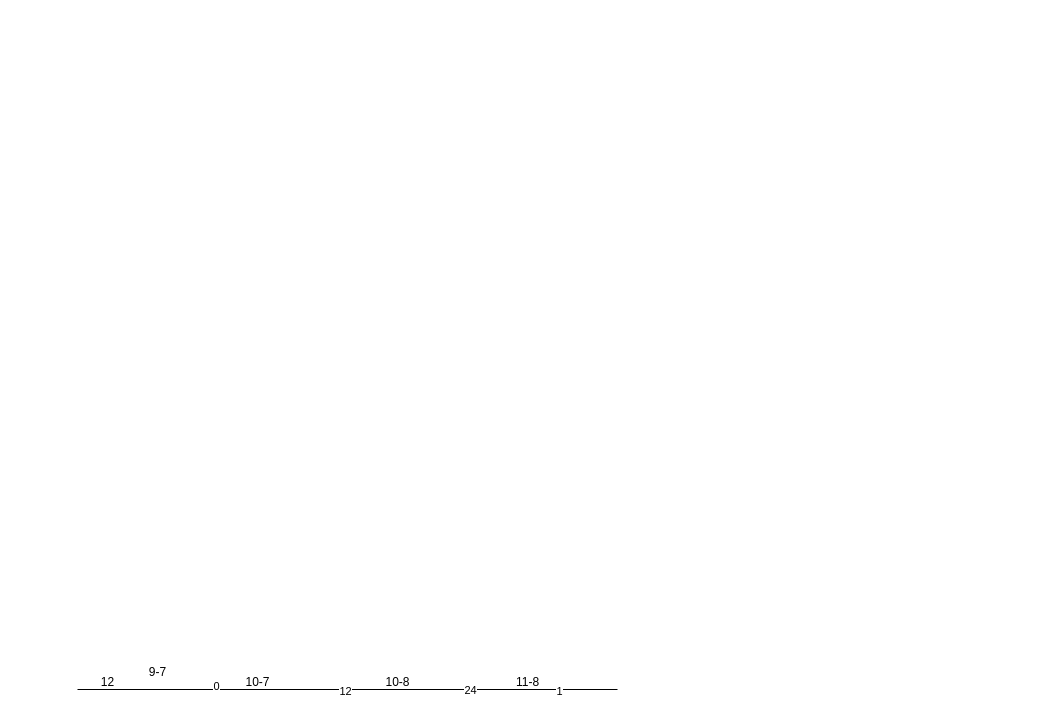
Before: think.drawio in onlyonedaniel/wiki, a draw.io diagram. Source tidied: cells renumbered, new cells numbered last; positions are measured from the earlier drawing's top-left corner, leaving out a move shared by most shapes. Both pictures are drawn from the tidied source at 100%, with x=0, y=0 at pixel (77, 657).
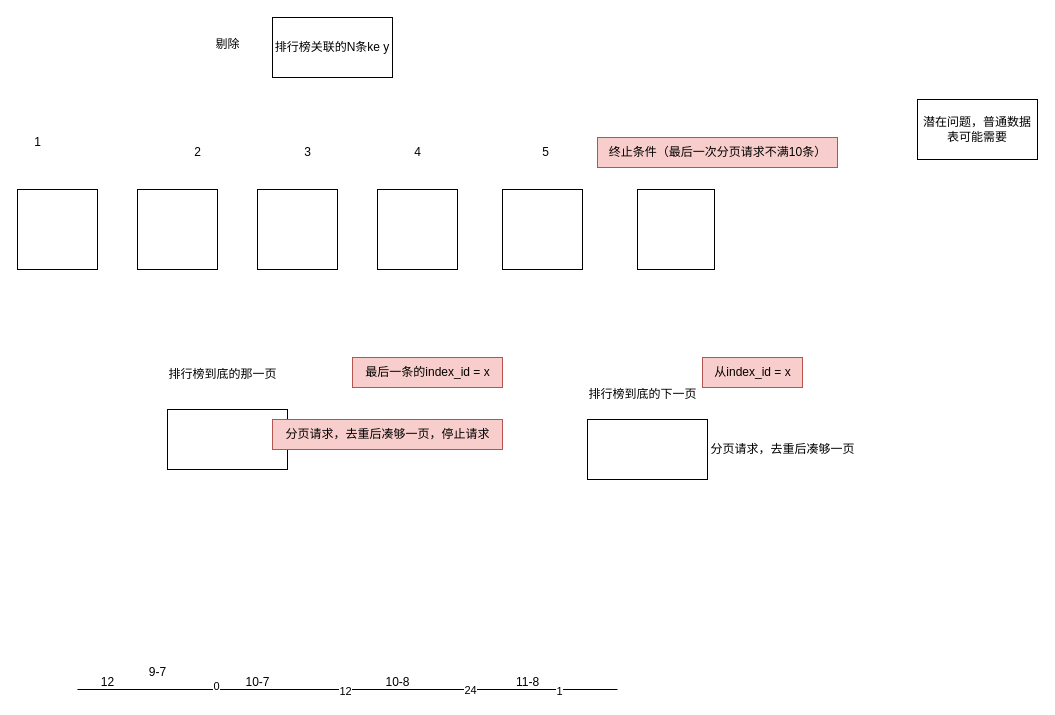
Above is the later version.

What changed in the source:
```diff
@@
+    <mxCell id="12" style="whiteSpace=wrap;html=1;" parent="1" vertex="1">
+      <mxGeometry x="-60" y="-468" width="80" height="80" as="geometry" />
+    </mxCell>
+    <mxCell id="13" style="whiteSpace=wrap;html=1;" parent="1" vertex="1">
+      <mxGeometry x="60" y="-468" width="80" height="80" as="geometry" />
+    </mxCell>
+    <mxCell id="14" style="whiteSpace=wrap;html=1;" parent="1" vertex="1">
+      <mxGeometry x="180" y="-468" width="80" height="80" as="geometry" />
+    </mxCell>
+    <mxCell id="15" style="whiteSpace=wrap;html=1;" parent="1" vertex="1">
+      <mxGeometry x="300" y="-468" width="80" height="80" as="geometry" />
+    </mxCell>
+    <mxCell id="16" style="whiteSpace=wrap;html=1;" parent="1" vertex="1">
+      <mxGeometry x="425" y="-468" width="80" height="80" as="geometry" />
+    </mxCell>
+    <mxCell id="17" value="1" style="text;html=1;align=center;verticalAlign=middle;strokeColor=none;fillColor=none;" parent="1" vertex="1">
+      <mxGeometry x="-55" y="-530" width="30" height="30" as="geometry" />
+    </mxCell>
+    <mxCell id="18" value="2" style="text;html=1;align=center;verticalAlign=middle;strokeColor=none;fillColor=none;" parent="1" vertex="1">
+      <mxGeometry x="105" y="-520" width="30" height="30" as="geometry" />
+    </mxCell>
+    <mxCell id="19" value="3" style="text;html=1;align=center;verticalAlign=middle;strokeColor=none;fillColor=none;" parent="1" vertex="1">
+      <mxGeometry x="215" y="-520" width="30" height="30" as="geometry" />
+    </mxCell>
+    <mxCell id="20" value="4" style="text;html=1;align=center;verticalAlign=middle;strokeColor=none;fillColor=none;" parent="1" vertex="1">
+      <mxGeometry x="325" y="-520" width="30" height="30" as="geometry" />
+    </mxCell>
+    <mxCell id="21" value="5" style="text;html=1;align=center;verticalAlign=middle;strokeColor=none;fillColor=none;" parent="1" vertex="1">
+      <mxGeometry x="452.5" y="-520" width="30" height="30" as="geometry" />
+    </mxCell>
+    <mxCell id="22" value="排行榜关联的N条ke y" style="whiteSpace=wrap;html=1;" parent="1" vertex="1">
+      <mxGeometry x="195" y="-640" width="120" height="60" as="geometry" />
+    </mxCell>
+    <mxCell id="23" style="whiteSpace=wrap;html=1;" parent="1" vertex="1">
+      <mxGeometry x="90" y="-248" width="120" height="60" as="geometry" />
+    </mxCell>
+    <mxCell id="24" value="排行榜到底的那一页" style="text;html=1;align=center;verticalAlign=middle;strokeColor=none;fillColor=none;" parent="1" vertex="1">
+      <mxGeometry x="80" y="-298" width="130" height="30" as="geometry" />
+    </mxCell>
+    <mxCell id="25" value="剔除" style="text;html=1;align=center;verticalAlign=middle;strokeColor=none;fillColor=none;" parent="1" vertex="1">
+      <mxGeometry x="125" y="-628" width="50" height="30" as="geometry" />
+    </mxCell>
+    <mxCell id="26" style="whiteSpace=wrap;html=1;" parent="1" vertex="1">
+      <mxGeometry x="560" y="-468" width="77" height="80" as="geometry" />
+    </mxCell>
+    <mxCell id="27" value="终止条件（最后一次分页请求不满10条）" style="text;html=1;align=center;verticalAlign=middle;strokeColor=#b85450;fillColor=#f8cecc;" parent="1" vertex="1">
+      <mxGeometry x="520" y="-520" width="240" height="30" as="geometry" />
+    </mxCell>
+    <mxCell id="28" value="分页请求，去重后凑够一页，停止请求" style="text;html=1;align=center;verticalAlign=middle;strokeColor=#b85450;fillColor=#f8cecc;" parent="1" vertex="1">
+      <mxGeometry x="195" y="-238" width="230" height="30" as="geometry" />
+    </mxCell>
+    <mxCell id="29" style="whiteSpace=wrap;html=1;" parent="1" vertex="1">
+      <mxGeometry x="510" y="-238" width="120" height="60" as="geometry" />
+    </mxCell>
+    <mxCell id="30" value="排行榜到底的下一页" style="text;html=1;align=center;verticalAlign=middle;strokeColor=none;fillColor=none;" parent="1" vertex="1">
+      <mxGeometry x="500" y="-278" width="130" height="30" as="geometry" />
+    </mxCell>
+    <mxCell id="31" value="分页请求，去重后凑够一页" style="text;html=1;align=center;verticalAlign=middle;strokeColor=none;fillColor=none;" parent="1" vertex="1">
+      <mxGeometry x="620" y="-223" width="170" height="30" as="geometry" />
+    </mxCell>
+    <mxCell id="32" value="最后一条的index_id = x" style="text;html=1;align=center;verticalAlign=middle;strokeColor=#b85450;fillColor=#f8cecc;" parent="1" vertex="1">
+      <mxGeometry x="275" y="-300" width="150" height="30" as="geometry" />
+    </mxCell>
+    <mxCell id="33" value="从index_id = x" style="text;html=1;align=center;verticalAlign=middle;strokeColor=#b85450;fillColor=#f8cecc;" parent="1" vertex="1">
+      <mxGeometry x="625" y="-300" width="100" height="30" as="geometry" />
+    </mxCell>
+    <mxCell id="34" value="潜在问题，普通数据表可能需要" style="whiteSpace=wrap;html=1;" parent="1" vertex="1">
+      <mxGeometry x="840" y="-558" width="120" height="60" as="geometry" />
+    </mxCell>
```
